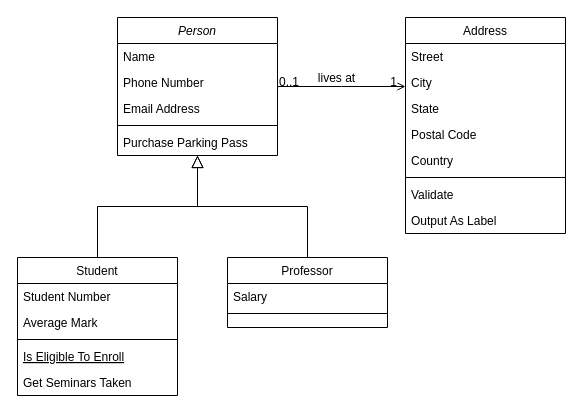
Above: Diagrama sem nome.drawio in WemellyNunes/Desafios-SwiftUI (draw.io), before the change. Source tidied: cells renumbered, new cells numbered last; positions are measured from the earlier drawing's top-left corner, leaving out a move shared by most shapes. Both pictures are drawn from the tidied source at 100%, with x=0, y=0 at pixel (17, 17).
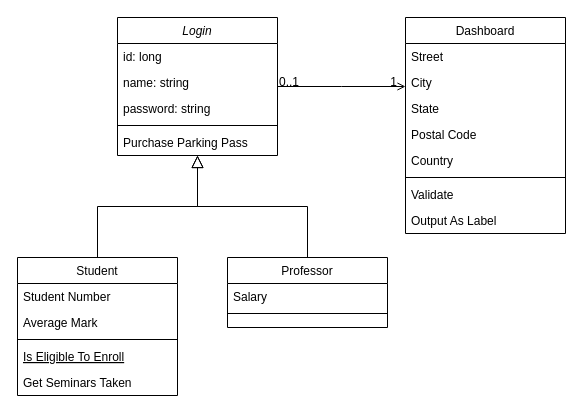
After the change.

Unchanged cells that the change refers to:
```xml
<mxCell id="28" style="endArrow=open;shadow=0;strokeWidth=1;rounded=0;endFill=1;edgeStyle=elbowEdgeStyle;elbow=vertical;" parent="1" edge="1" source="2" target="19">
  <mxGeometry x="0.5" y="41" relative="1" as="geometry">
    <mxPoint x="-40" y="32" as="offset" />
  </mxGeometry>
</mxCell>
```

Change to the diagram source:
```diff
@@
-    <mxCell id="2" value="Person" style="swimlane;fontStyle=2;align=center;verticalAlign=top;horizontal=1;startSize=26;rounded=0;shadow=0;strokeWidth=1;" parent="1" vertex="1">
+    <mxCell id="2" value="Login" style="swimlane;fontStyle=2;align=center;verticalAlign=top;horizontal=1;startSize=26;rounded=0;shadow=0;strokeWidth=1;" parent="1" vertex="1">
       <mxGeometry x="100" width="160" height="138" as="geometry" />
     </mxCell>
-    <mxCell id="3" value="Name" style="text;align=left;verticalAlign=top;spacingLeft=4;spacingRight=4;overflow=hidden;" parent="2" vertex="1">
+    <mxCell id="3" value="id: long&#10;" style="text;align=left;verticalAlign=top;spacingLeft=4;spacingRight=4;overflow=hidden;" parent="2" vertex="1">
       <mxGeometry y="26" width="160" height="26" as="geometry" />
     </mxCell>
-    <mxCell id="4" value="Phone Number" style="text;align=left;verticalAlign=top;spacingLeft=4;spacingRight=4;overflow=hidden;rounded=0;shadow=0;html=0;" parent="2" vertex="1">
+    <mxCell id="4" value="name: string" style="text;align=left;verticalAlign=top;spacingLeft=4;spacingRight=4;overflow=hidden;rounded=0;shadow=0;html=0;" parent="2" vertex="1">
       <mxGeometry y="52" width="160" height="26" as="geometry" />
     </mxCell>
-    <mxCell id="5" value="Email Address" style="text;align=left;verticalAlign=top;spacingLeft=4;spacingRight=4;overflow=hidden;rounded=0;shadow=0;html=0;" parent="2" vertex="1">
+    <mxCell id="5" value="password: string" style="text;align=left;verticalAlign=top;spacingLeft=4;spacingRight=4;overflow=hidden;rounded=0;shadow=0;html=0;" parent="2" vertex="1">
       <mxGeometry y="78" width="160" height="26" as="geometry" />
     </mxCell>
@@
-    <mxCell id="19" value="Address" style="swimlane;fontStyle=0;align=center;verticalAlign=top;horizontal=1;startSize=26;rounded=0;shadow=0;strokeWidth=1;" parent="1" vertex="1">
+    <mxCell id="19" value="Dashboard&#10;" style="swimlane;fontStyle=0;align=center;verticalAlign=top;horizontal=1;startSize=26;rounded=0;shadow=0;strokeWidth=1;" parent="1" vertex="1">
       <mxGeometry x="388" width="160" height="216" as="geometry" />
     </mxCell>
@@
-    <mxCell id="31" value="lives at" style="text;html=1;align=center;verticalAlign=middle;labelBackgroundColor=none;rounded=0;shadow=0;strokeWidth=1;fontSize=12;" parent="28" vertex="1">
-      <mxGeometry x="0.5" y="49" relative="1" as="geometry">
-        <mxPoint x="-38" y="40" as="offset" />
-      </mxGeometry>
-    </mxCell>
```
